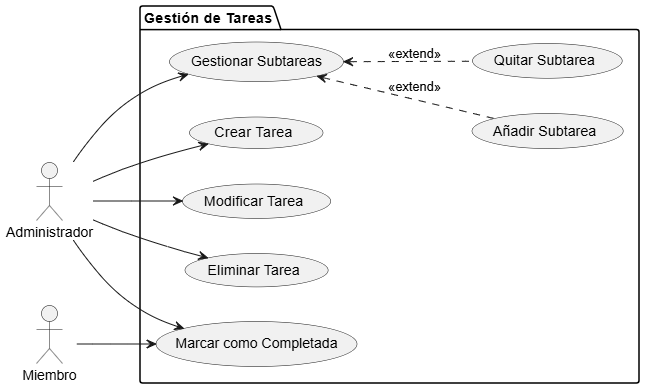
inigovaqueroo04/25-26-IdSw1-SdR keeps this PlantUML diagram as documents/actoresYCasosDeUso/diagramas/diagramaGestionTareas/diagramaGestionTareas.png. Above is the earlier version. Its source is kept beside it as documents/actoresYCasosDeUso/diagramas/diagramaGestionTareas/diagramaGestionTareas.puml.
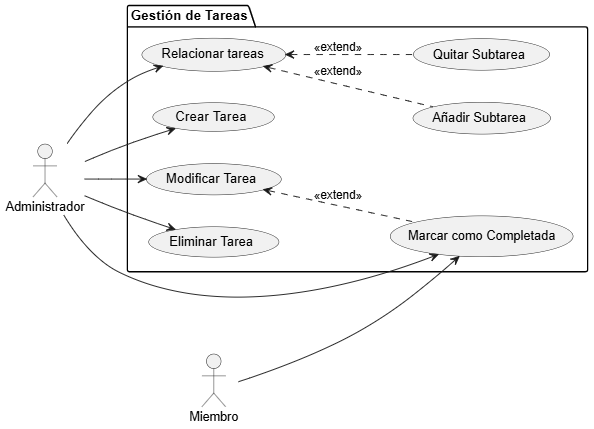
After the change.

The edit, as a diff of the source:
```diff
@@ -4,13 +4,14 @@
 actor "Miembro" as Miem
 
     package "Gestión de Tareas" {
+        usecase "Relacionar tareas" as UC5
         usecase "Crear Tarea" as UC1
         usecase "Modificar Tarea" as UC2
         usecase "Eliminar Tarea" as UC3
         usecase "Marcar como Completada" as UC4
-        usecase "Gestionar Subtareas" as UC5
         usecase "Añadir Subtarea" as UC5a
         usecase "Quitar Subtarea" as UC5b
+
     }
 
     Admin --> UC1
@@ -21,4 +22,5 @@
     Admin--> UC5
     UC5 <.. UC5a : <<extend>>
     UC5 <.. UC5b : <<extend>>
+    UC2 <.. UC4 : <<extend>>
 @enduml
```
